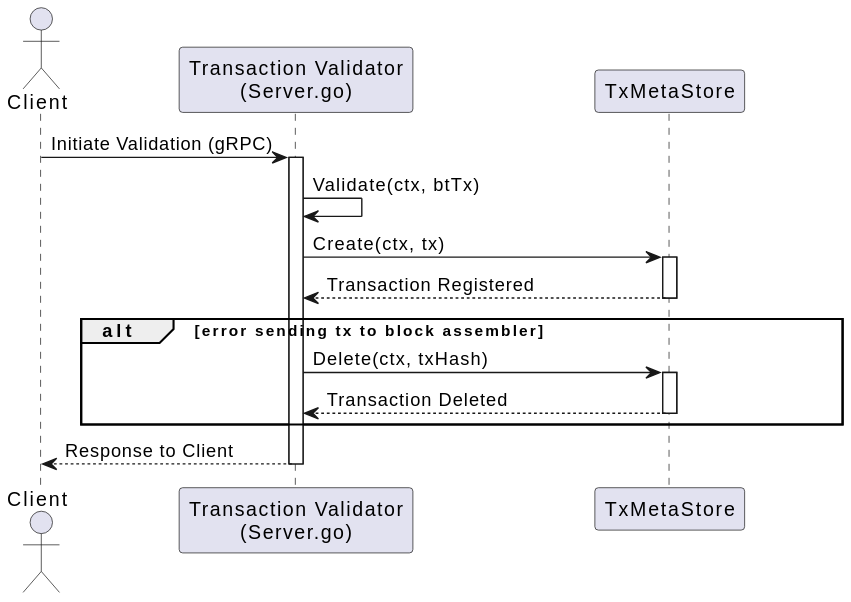
Before: docs/services/img/plantuml/txmeta/tx_meta_transaction_validation.svg, a diagram exported from PlantUML (freemans13/teranode). Its source is kept beside it as docs/services/img/plantuml/txmeta/tx_meta_transaction_validation.puml. Source of this version:
```plantuml
@startuml

skinparam ParticipantPadding 60

actor Client
participant "Transaction Validator\n(Server.go)" as ValidatorServer
participant "TxMetaStore" as TxMetaStore

Client -> ValidatorServer: Initiate Validation (gRPC)
activate ValidatorServer

ValidatorServer -> ValidatorServer: Validate(ctx, btTx)


ValidatorServer -> TxMetaStore: Create(ctx, tx)
activate TxMetaStore
TxMetaStore --> ValidatorServer: Transaction Registered
deactivate TxMetaStore

alt error sending tx to block assembler
    ValidatorServer -> TxMetaStore: Delete(ctx, txHash)
    activate TxMetaStore
    TxMetaStore --> ValidatorServer: Transaction Deleted
    deactivate TxMetaStore
end


ValidatorServer --> Client: Response to Client

deactivate ValidatorServer

@enduml
```
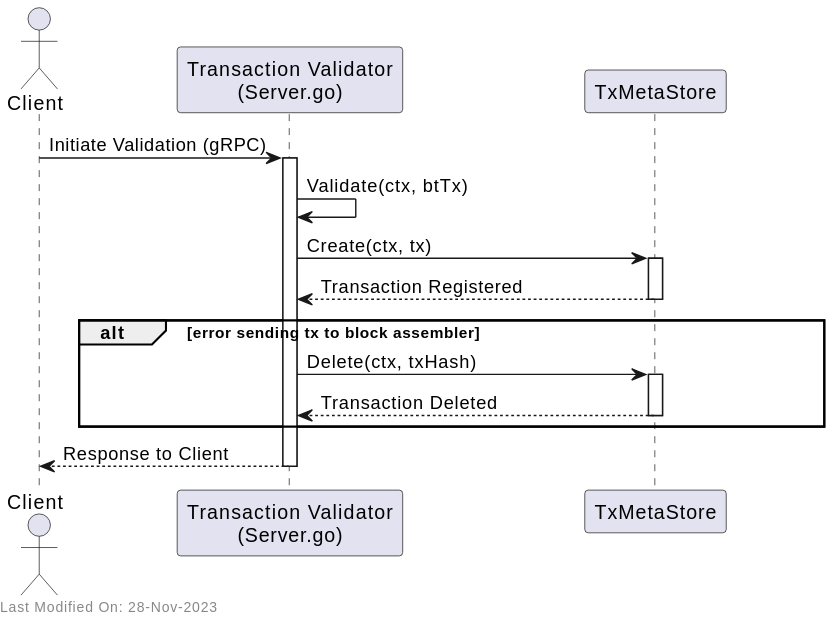
After the change.

What changed in the source:
```diff
@@ -29,4 +29,6 @@
 
 deactivate ValidatorServer
 
+left footer Last Modified On: 28-Nov-2023
+
 @enduml
```
